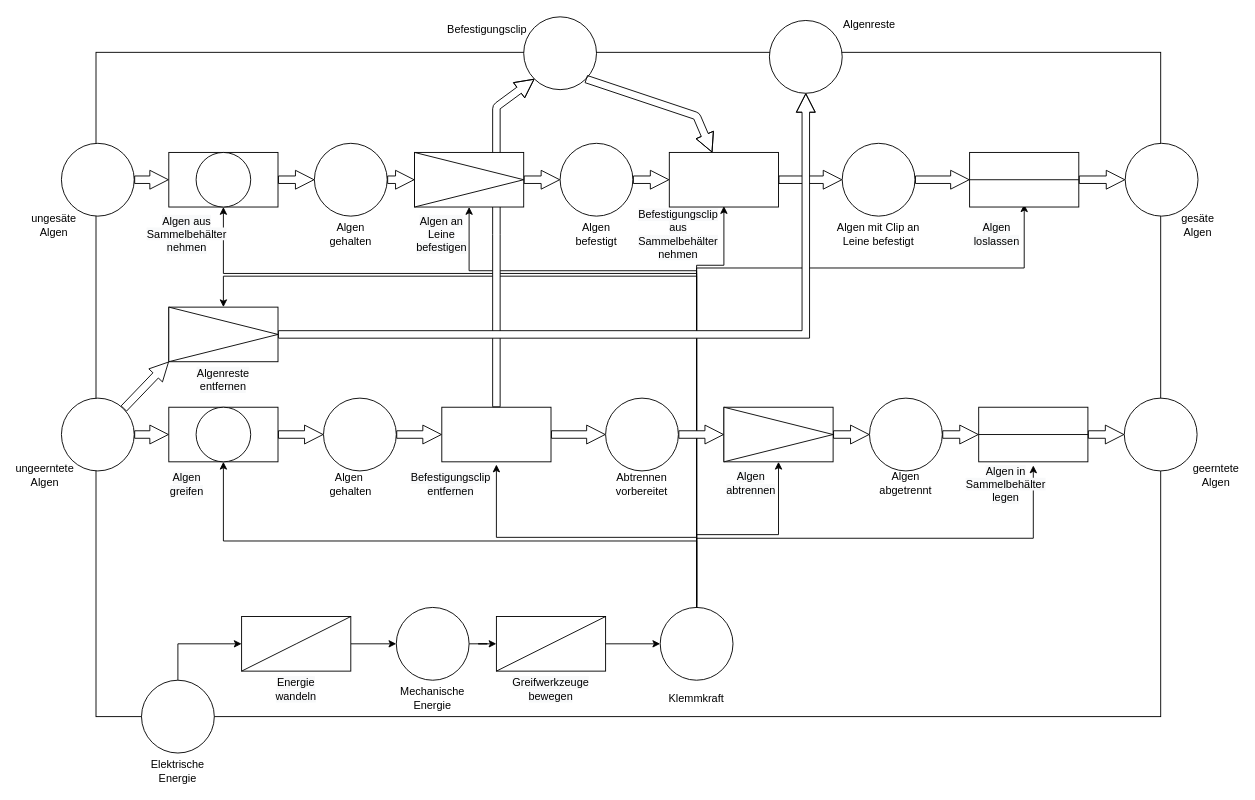
Before: Meilenstein 2/Dokumente/Funktionsplan/Flussorientierte Funktionsstruktur.drawio in plastikpamaro/MKon, a draw.io diagram. Source tidied: cells renumbered, new cells numbered last; positions are measured from the earlier drawing's top-left corner, leaving out a move shared by most shapes. Both pictures are drawn from the tidied source at 91%, with x=0, y=0 at pixel (26, 15).
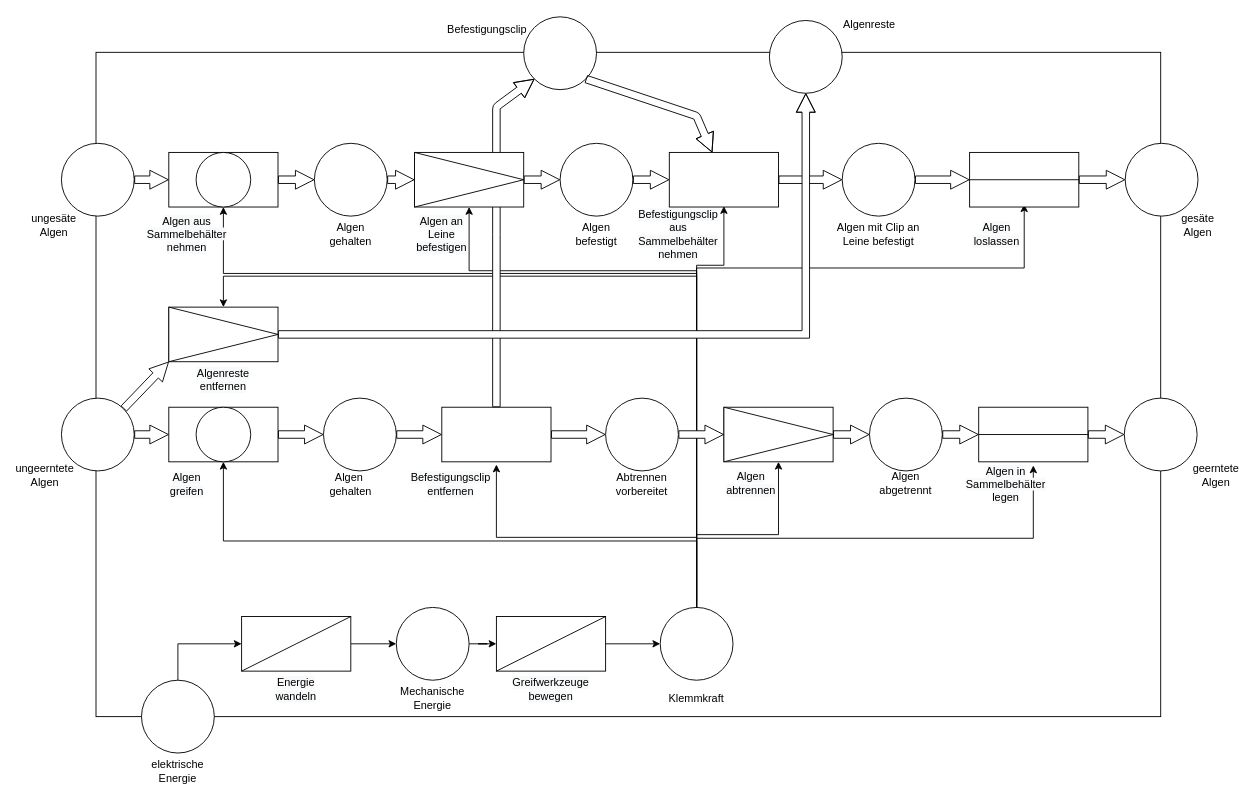
Above is the later version.

Change to the diagram source:
```diff
@@
-    <mxCell id="10" value="Elektrische Energie" style="text;html=1;strokeColor=none;fillColor=none;align=center;verticalAlign=middle;whiteSpace=wrap;rounded=0;" parent="3" vertex="1">
+    <mxCell id="10" value="elektrische Energie" style="text;html=1;strokeColor=none;fillColor=none;align=center;verticalAlign=middle;whiteSpace=wrap;rounded=0;" parent="3" vertex="1">
       <mxGeometry x="146" y="820" width="40" height="20" as="geometry" />
     </mxCell>
```
